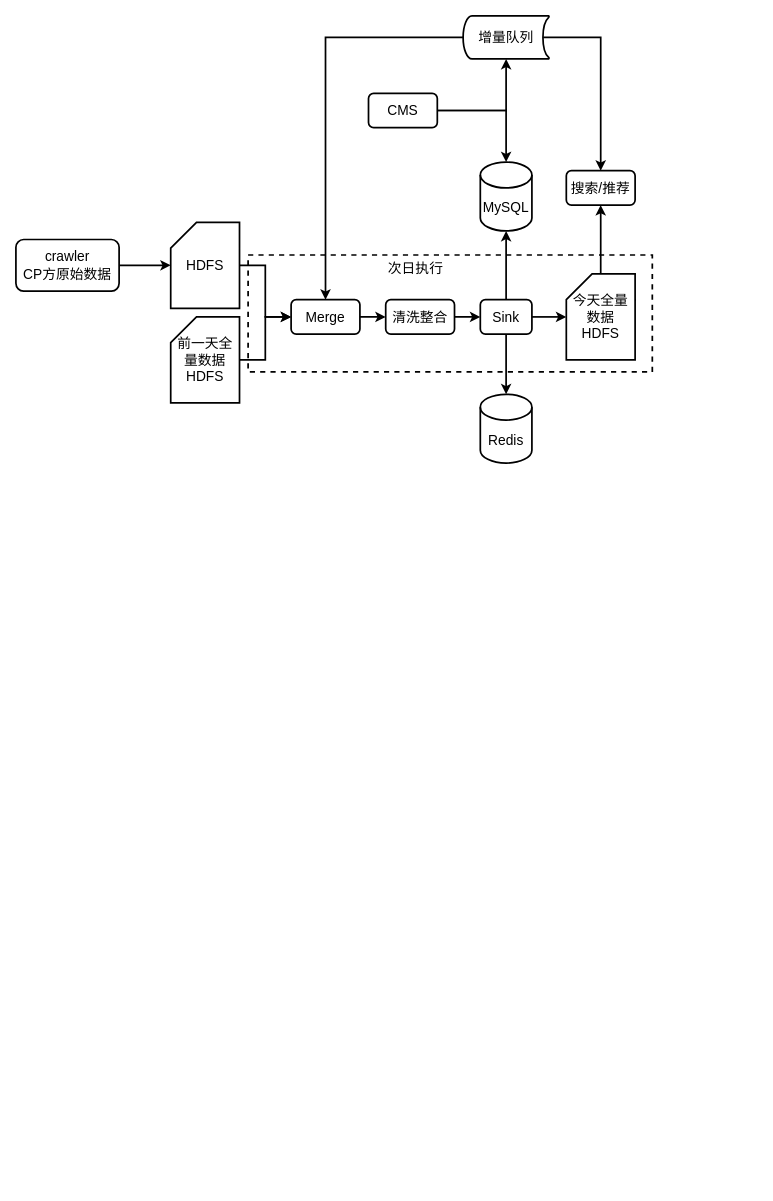
The draw.io diagram 电台流程梳理.drawio in kevinlu98/diagrams, before the edit. Source tidied: cells renumbered, new cells numbered last; positions are measured from the earlier drawing's top-left corner, leaving out a move shared by most shapes. Both pictures are drawn from the tidied source at 86%, with x=0, y=0 at pixel (15, 15).
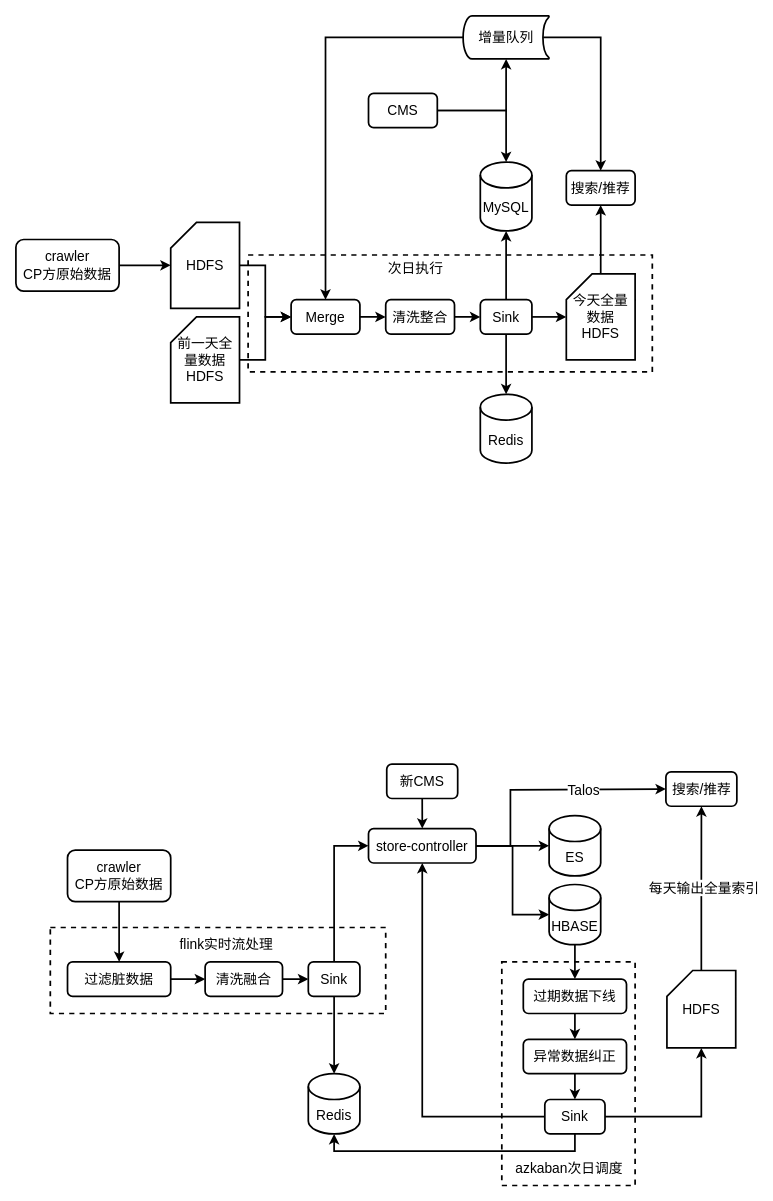
The same diagram, later.

Commit message:
电台新pipeline流程梳理

Change to the diagram source:
```diff
@@
+    <mxCell id="29" style="rounded=0;whiteSpace=wrap;html=1;strokeWidth=2;fontSize=16;dashed=1;" parent="1" vertex="1">
+      <mxGeometry x="565" y="1100" width="155" height="260" as="geometry" />
+    </mxCell>
+    <mxCell id="30" style="rounded=0;whiteSpace=wrap;html=1;strokeWidth=2;fontSize=16;dashed=1;" parent="1" vertex="1">
+      <mxGeometry x="40" y="1060" width="390" height="100" as="geometry" />
+    </mxCell>
@@
+    <mxCell id="31" style="edgeStyle=orthogonalEdgeStyle;rounded=0;jettySize=auto;html=1;strokeWidth=2;fontSize=16;" parent="1" edge="1" source="32" target="34">
+      <mxGeometry relative="1" as="geometry" />
+    </mxCell>
+    <mxCell id="32" value="crawler&lt;br style=&quot;font-size: 16px;&quot;&gt;CP方原始数据" style="rounded=1;whiteSpace=wrap;html=1;strokeWidth=2;fontSize=16;" parent="1" vertex="1">
+      <mxGeometry x="60" y="970" width="120" height="60" as="geometry" />
+    </mxCell>
+    <mxCell id="33" style="edgeStyle=orthogonalEdgeStyle;rounded=0;jettySize=auto;html=1;strokeWidth=2;fontSize=16;" parent="1" edge="1" source="34" target="36">
+      <mxGeometry relative="1" as="geometry" />
+    </mxCell>
+    <mxCell id="34" value="过滤脏数据" style="rounded=1;whiteSpace=wrap;html=1;strokeWidth=2;fontSize=16;" parent="1" vertex="1">
+      <mxGeometry x="60" y="1100" width="120" height="40" as="geometry" />
+    </mxCell>
+    <mxCell id="35" style="edgeStyle=orthogonalEdgeStyle;rounded=0;jettySize=auto;html=1;strokeWidth=2;fontSize=16;" parent="1" edge="1" source="36" target="39">
+      <mxGeometry relative="1" as="geometry" />
+    </mxCell>
+    <mxCell id="36" value="清洗融合" style="rounded=1;whiteSpace=wrap;html=1;strokeWidth=2;fontSize=16;" parent="1" vertex="1">
+      <mxGeometry x="220" y="1100" width="90" height="40" as="geometry" />
+    </mxCell>
+    <mxCell id="37" style="edgeStyle=orthogonalEdgeStyle;rounded=0;jettySize=auto;html=1;strokeWidth=2;fontSize=16;" parent="1" edge="1" source="39" target="51">
+      <mxGeometry relative="1" as="geometry" />
+    </mxCell>
+    <mxCell id="38" style="edgeStyle=orthogonalEdgeStyle;rounded=0;jettySize=auto;html=1;exitX=0.5;exitY=0;exitDx=0;exitDy=0;entryX=0;entryY=0.5;entryDx=0;entryDy=0;strokeWidth=2;fontSize=16;" parent="1" edge="1" source="39" target="45">
+      <mxGeometry relative="1" as="geometry" />
+    </mxCell>
+    <mxCell id="39" value="Sink" style="rounded=1;whiteSpace=wrap;html=1;strokeWidth=2;fontSize=16;" parent="1" vertex="1">
+      <mxGeometry x="340" y="1100" width="60" height="40" as="geometry" />
+    </mxCell>
+    <mxCell id="40" value="flink实时流处理" style="text;html=1;strokeColor=none;fillColor=none;align=center;verticalAlign=middle;whiteSpace=wrap;rounded=0;dashed=1;fontSize=16;" parent="1" vertex="1">
+      <mxGeometry x="180" y="1070" width="130" height="20" as="geometry" />
+    </mxCell>
+    <mxCell id="41" style="edgeStyle=orthogonalEdgeStyle;rounded=0;jettySize=auto;html=1;strokeWidth=2;fontSize=16;" parent="1" edge="1" source="45" target="48">
+      <mxGeometry relative="1" as="geometry" />
+    </mxCell>
+    <mxCell id="42" style="edgeStyle=orthogonalEdgeStyle;rounded=0;jettySize=auto;html=1;exitX=1;exitY=0.5;exitDx=0;exitDy=0;entryX=0;entryY=0.5;entryDx=0;entryDy=0;entryPerimeter=0;strokeWidth=2;fontSize=16;" parent="1" edge="1" source="45" target="50">
+      <mxGeometry relative="1" as="geometry" />
+    </mxCell>
+    <mxCell id="43" style="edgeStyle=orthogonalEdgeStyle;rounded=0;jettySize=auto;html=1;exitX=1;exitY=0.5;exitDx=0;exitDy=0;entryX=0;entryY=0.5;entryDx=0;entryDy=0;strokeWidth=2;fontSize=16;" parent="1" edge="1" source="45" target="55">
+      <mxGeometry relative="1" as="geometry">
+        <Array as="points">
+          <mxPoint x="575" y="965" />
+          <mxPoint x="575" y="900" />
+        </Array>
+      </mxGeometry>
+    </mxCell>
+    <mxCell id="44" value="Talos" style="edgeLabel;html=1;align=center;verticalAlign=middle;fontSize=16;" parent="43" vertex="1">
+      <mxGeometry x="0.33" relative="1" as="geometry" />
+    </mxCell>
+    <mxCell id="45" value="store-controller" style="rounded=1;whiteSpace=wrap;html=1;strokeWidth=2;fontSize=16;" parent="1" vertex="1">
+      <mxGeometry x="410" y="945" width="125" height="40" as="geometry" />
+    </mxCell>
+    <mxCell id="46" style="edgeStyle=orthogonalEdgeStyle;rounded=0;jettySize=auto;html=1;exitX=0.5;exitY=1;exitDx=0;exitDy=0;strokeWidth=2;fontSize=16;" parent="1" edge="1" source="47" target="45">
+      <mxGeometry relative="1" as="geometry" />
+    </mxCell>
+    <mxCell id="47" value="新CMS" style="rounded=1;whiteSpace=wrap;html=1;strokeWidth=2;fontSize=16;" parent="1" vertex="1">
+      <mxGeometry x="431.2" y="870" width="82.5" height="40" as="geometry" />
+    </mxCell>
+    <mxCell id="48" value="ES" style="shape=cylinder3;whiteSpace=wrap;html=1;boundedLbl=1;backgroundOutline=1;size=15;strokeWidth=2;fontSize=16;" parent="1" vertex="1">
+      <mxGeometry x="620" y="930" width="60" height="70" as="geometry" />
+    </mxCell>
+    <mxCell id="49" style="edgeStyle=orthogonalEdgeStyle;rounded=0;jettySize=auto;html=1;strokeWidth=2;fontSize=16;" parent="1" edge="1" source="50" target="57">
+      <mxGeometry relative="1" as="geometry" />
+    </mxCell>
+    <mxCell id="50" value="HBASE" style="shape=cylinder3;whiteSpace=wrap;html=1;boundedLbl=1;backgroundOutline=1;size=15;strokeWidth=2;fontSize=16;" parent="1" vertex="1">
+      <mxGeometry x="620" y="1010" width="60" height="70" as="geometry" />
+    </mxCell>
+    <mxCell id="51" value="Redis" style="shape=cylinder3;whiteSpace=wrap;html=1;boundedLbl=1;backgroundOutline=1;size=15;strokeWidth=2;fontSize=16;" parent="1" vertex="1">
+      <mxGeometry x="340" y="1230" width="60" height="70" as="geometry" />
+    </mxCell>
+    <mxCell id="52" style="edgeStyle=orthogonalEdgeStyle;rounded=0;jettySize=auto;html=1;exitX=0.5;exitY=0;exitDx=0;exitDy=0;exitPerimeter=0;strokeWidth=2;fontSize=16;" parent="1" edge="1" source="54" target="55">
+      <mxGeometry relative="1" as="geometry" />
+    </mxCell>
+    <mxCell id="53" value="每天输出全量索引" style="edgeLabel;html=1;align=center;verticalAlign=middle;fontSize=16;" parent="52" vertex="1">
+      <mxGeometry x="0.02" y="-2" relative="1" as="geometry" />
+    </mxCell>
+    <mxCell id="54" value="HDFS" style="shape=card;whiteSpace=wrap;html=1;strokeWidth=2;fontSize=16;" parent="1" vertex="1">
+      <mxGeometry x="757" y="1110" width="80" height="90" as="geometry" />
+    </mxCell>
+    <mxCell id="55" value="搜索/推荐" style="rounded=1;whiteSpace=wrap;html=1;strokeWidth=2;fontSize=16;" parent="1" vertex="1">
+      <mxGeometry x="755.8" y="879" width="82.5" height="40" as="geometry" />
+    </mxCell>
+    <mxCell id="56" style="edgeStyle=orthogonalEdgeStyle;rounded=0;jettySize=auto;html=1;strokeWidth=2;fontSize=16;" parent="1" edge="1" source="57" target="59">
+      <mxGeometry relative="1" as="geometry" />
+    </mxCell>
+    <mxCell id="57" value="过期数据下线" style="rounded=1;whiteSpace=wrap;html=1;strokeWidth=2;fontSize=16;" parent="1" vertex="1">
+      <mxGeometry x="590" y="1120" width="120" height="40" as="geometry" />
+    </mxCell>
+    <mxCell id="58" style="edgeStyle=orthogonalEdgeStyle;rounded=0;jettySize=auto;html=1;strokeWidth=2;fontSize=16;" parent="1" edge="1" source="59" target="63">
+      <mxGeometry relative="1" as="geometry" />
+    </mxCell>
+    <mxCell id="59" value="异常数据纠正" style="rounded=1;whiteSpace=wrap;html=1;strokeWidth=2;fontSize=16;" parent="1" vertex="1">
+      <mxGeometry x="590" y="1190" width="120" height="40" as="geometry" />
+    </mxCell>
+    <mxCell id="60" style="edgeStyle=orthogonalEdgeStyle;rounded=0;jettySize=auto;html=1;exitX=0;exitY=0.5;exitDx=0;exitDy=0;entryX=0.5;entryY=1;entryDx=0;entryDy=0;strokeWidth=2;fontSize=16;" parent="1" edge="1" source="63" target="45">
+      <mxGeometry relative="1" as="geometry" />
+    </mxCell>
+    <mxCell id="61" style="edgeStyle=orthogonalEdgeStyle;rounded=0;jettySize=auto;html=1;exitX=0.5;exitY=1;exitDx=0;exitDy=0;entryX=0.5;entryY=1;entryDx=0;entryDy=0;entryPerimeter=0;strokeWidth=2;fontSize=16;" parent="1" edge="1" source="63" target="51">
+      <mxGeometry relative="1" as="geometry" />
+    </mxCell>
+    <mxCell id="62" style="edgeStyle=orthogonalEdgeStyle;rounded=0;jettySize=auto;html=1;exitX=1;exitY=0.5;exitDx=0;exitDy=0;strokeWidth=2;fontSize=16;" parent="1" edge="1" source="63" target="54">
+      <mxGeometry relative="1" as="geometry" />
+    </mxCell>
+    <mxCell id="63" value="Sink" style="rounded=1;whiteSpace=wrap;html=1;strokeWidth=2;fontSize=16;" parent="1" vertex="1">
+      <mxGeometry x="615" y="1260" width="70" height="40" as="geometry" />
+    </mxCell>
+    <mxCell id="64" value="azkaban次日调度" style="text;html=1;align=center;verticalAlign=middle;fontSize=16;" parent="1" vertex="1">
+      <mxGeometry x="572.5" y="1330" width="140" height="20" as="geometry" />
+    </mxCell>
```
